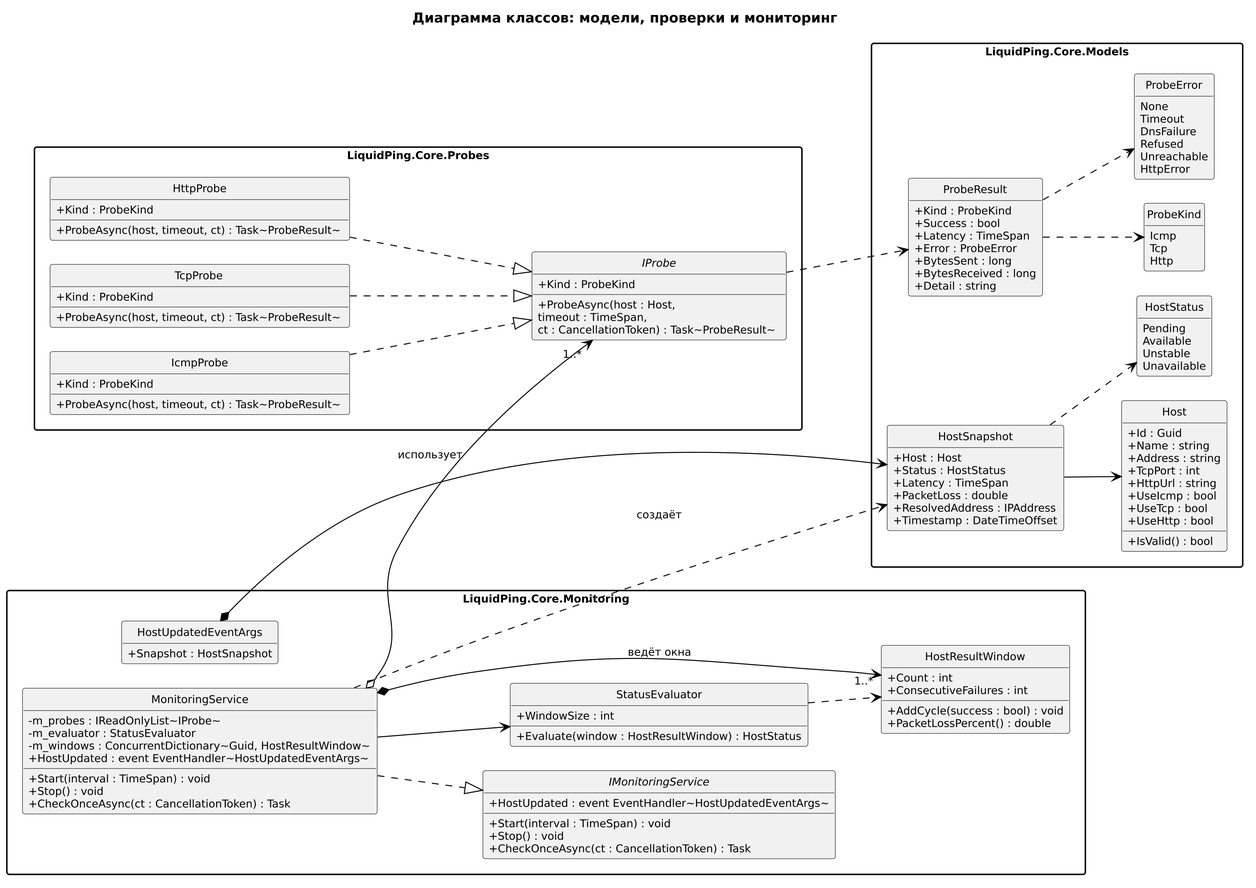
Above: docs/uml/img/class-monitoring.png in Levandovskii/liquid-ping (PlantUML), before the change. Its source is kept beside it as docs/uml/src/class-monitoring.puml.
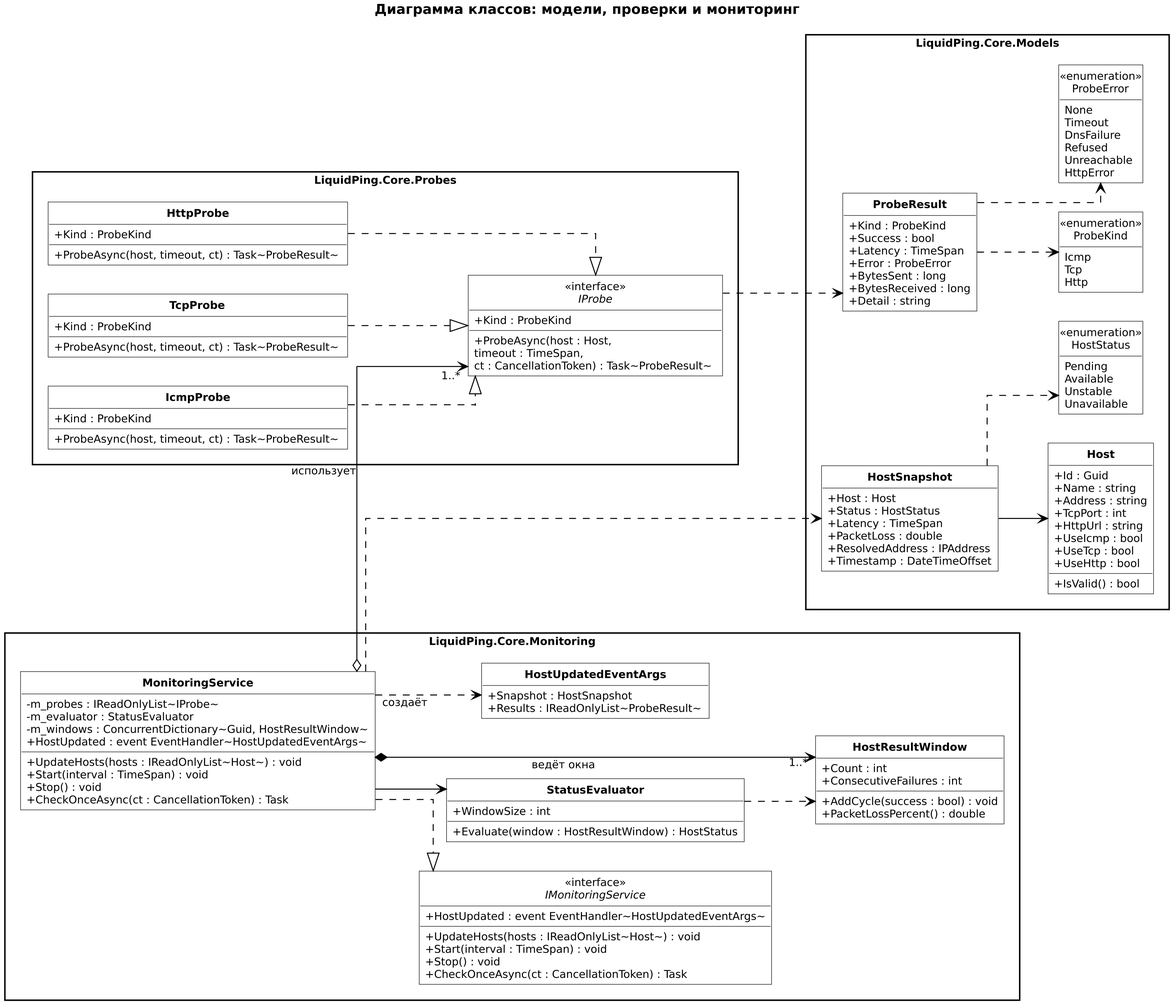
The same file after the commit.

The edit, as a diff of the source:
```diff
@@ -1,14 +1,26 @@
 @startuml
 set separator none
-skinparam monochrome true
+skinparam monochrome false
 skinparam shadowing false
 skinparam classAttributeIconSize 0
 skinparam defaultFontName "DejaVu Sans"
 skinparam defaultFontSize 11
 skinparam packageStyle rectangle
-skinparam nodesep 25
-skinparam ranksep 40
+skinparam nodesep 30
+skinparam ranksep 45
 skinparam ArrowColor #000000
+skinparam classBackgroundColor #FFFFFF
+skinparam classBorderColor #000000
+skinparam classFontColor #000000
+skinparam classFontStyle bold
+skinparam classAttributeFontStyle normal
+skinparam stereotypeCBackgroundColor #FFFFFF
+skinparam packageBackgroundColor #FFFFFF
+skinparam packageBorderColor #000000
+skinparam noteBackgroundColor #FFFFFF
+skinparam noteBorderColor #000000
+skinparam linetype ortho
+skinparam roundCorner 0
 hide empty members
 hide circle
 
@@ -16,7 +28,7 @@
 title Диаграмма классов: модели, проверки и мониторинг
 
 package "LiquidPing.Core.Models" {
-  class Host {
+  class "**Host**" as Host {
     +Id : Guid
     +Name : string
     +Address : string
@@ -28,7 +40,7 @@
     +IsValid() : bool
   }
 
-  class HostSnapshot {
+  class "**HostSnapshot**" as HostSnapshot {
     +Host : Host
     +Status : HostStatus
     +Latency : TimeSpan
@@ -37,7 +49,7 @@
     +Timestamp : DateTimeOffset
   }
 
-  class ProbeResult {
+  class "**ProbeResult**" as ProbeResult {
     +Kind : ProbeKind
     +Success : bool
     +Latency : TimeSpan
@@ -47,13 +59,13 @@
     +Detail : string
   }
 
-  enum ProbeKind {
+  enum "ProbeKind" as ProbeKind <<enumeration>> {
     Icmp
     Tcp
     Http
   }
 
-  enum ProbeError {
+  enum "ProbeError" as ProbeError <<enumeration>> {
     None
     Timeout
     DnsFailure
@@ -62,7 +74,7 @@
     HttpError
   }
 
-  enum HostStatus {
+  enum "HostStatus" as HostStatus <<enumeration>> {
     Pending
     Available
     Unstable
@@ -71,59 +83,62 @@
 }
 
 package "LiquidPing.Core.Probes" {
-  interface IProbe {
+  interface "IProbe" as IProbe <<interface>> {
     +Kind : ProbeKind
     +ProbeAsync(host : Host,\ntimeout : TimeSpan,\nct : CancellationToken) : Task~ProbeResult~
   }
 
-  class IcmpProbe {
+  class "**IcmpProbe**" as IcmpProbe {
     +Kind : ProbeKind
     +ProbeAsync(host, timeout, ct) : Task~ProbeResult~
   }
 
-  class TcpProbe {
+  class "**TcpProbe**" as TcpProbe {
     +Kind : ProbeKind
     +ProbeAsync(host, timeout, ct) : Task~ProbeResult~
   }
 
-  class HttpProbe {
+  class "**HttpProbe**" as HttpProbe {
     +Kind : ProbeKind
     +ProbeAsync(host, timeout, ct) : Task~ProbeResult~
   }
 }
 
 package "LiquidPing.Core.Monitoring" {
-  interface IMonitoringService {
+  interface "IMonitoringService" as IMonitoringService <<interface>> {
     +HostUpdated : event EventHandler~HostUpdatedEventArgs~
+    +UpdateHosts(hosts : IReadOnlyList~Host~) : void
     +Start(interval : TimeSpan) : void
     +Stop() : void
     +CheckOnceAsync(ct : CancellationToken) : Task
   }
 
-  class MonitoringService {
+  class "**MonitoringService**" as MonitoringService {
     -m_probes : IReadOnlyList~IProbe~
     -m_evaluator : StatusEvaluator
     -m_windows : ConcurrentDictionary~Guid, HostResultWindow~
     +HostUpdated : event EventHandler~HostUpdatedEventArgs~
+    +UpdateHosts(hosts : IReadOnlyList~Host~) : void
     +Start(interval : TimeSpan) : void
     +Stop() : void
     +CheckOnceAsync(ct : CancellationToken) : Task
   }
 
-  class StatusEvaluator {
+  class "**StatusEvaluator**" as StatusEvaluator {
     +WindowSize : int
     +Evaluate(window : HostResultWindow) : HostStatus
   }
 
-  class HostResultWindow {
+  class "**HostResultWindow**" as HostResultWindow {
     +Count : int
     +ConsecutiveFailures : int
     +AddCycle(success : bool) : void
     +PacketLossPercent() : double
   }
 
-  class HostUpdatedEventArgs {
+  class "**HostUpdatedEventArgs**" as HostUpdatedEventArgs {
     +Snapshot : HostSnapshot
+    +Results : IReadOnlyList~ProbeResult~
   }
 }
 
@@ -135,8 +150,8 @@
 MonitoringService o--> "1..*" IProbe : использует
 MonitoringService --> StatusEvaluator
 MonitoringService *--> "1..*" HostResultWindow : ведёт окна
-MonitoringService ..> HostSnapshot : создаёт
-HostUpdatedEventArgs *--> HostSnapshot
+MonitoringService ..> HostUpdatedEventArgs : создаёт
+MonitoringService ..> HostSnapshot
 
 StatusEvaluator ..> HostResultWindow
 HostSnapshot --> Host
```
